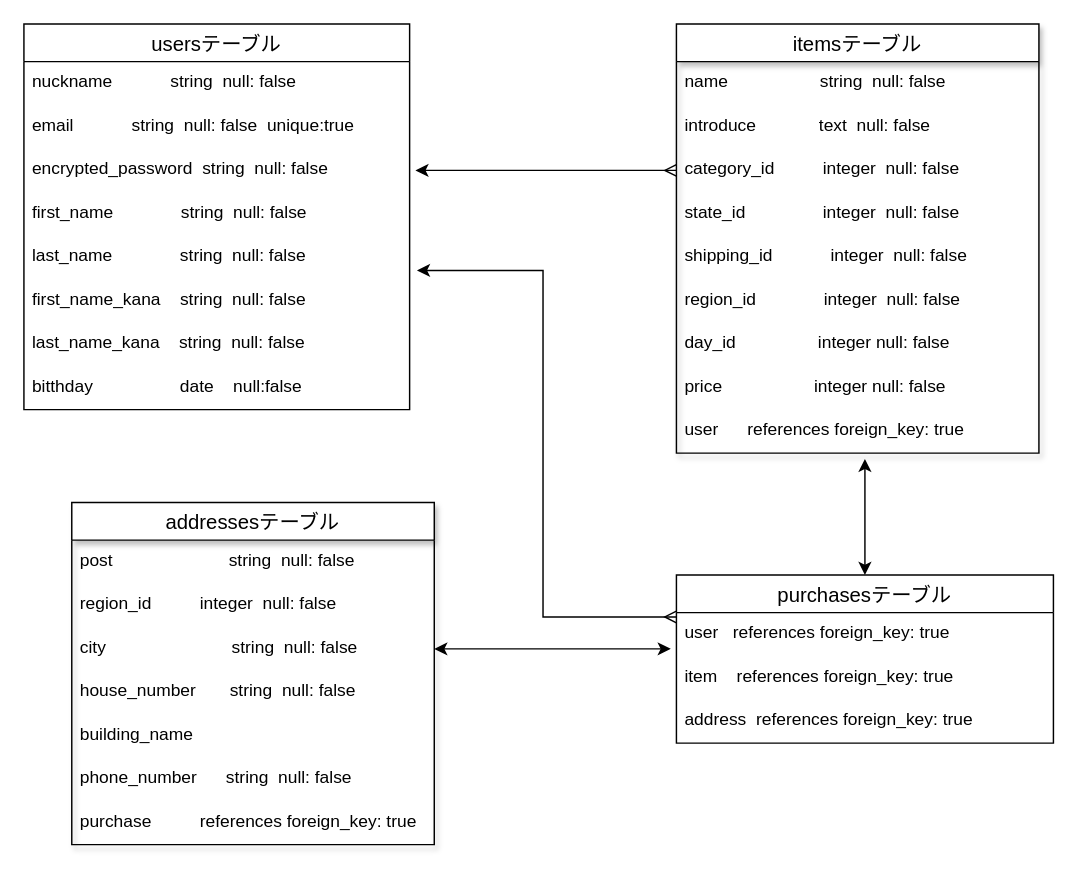
Earlier version of the draw.io diagram ER.dio (fpon/furima-34800). Source tidied: cells renumbered, new cells numbered last; positions are measured from the earlier drawing's top-left corner, leaving out a move shared by most shapes. Both pictures are drawn from the tidied source at 145%, with x=0, y=0 at pixel (23, 23).
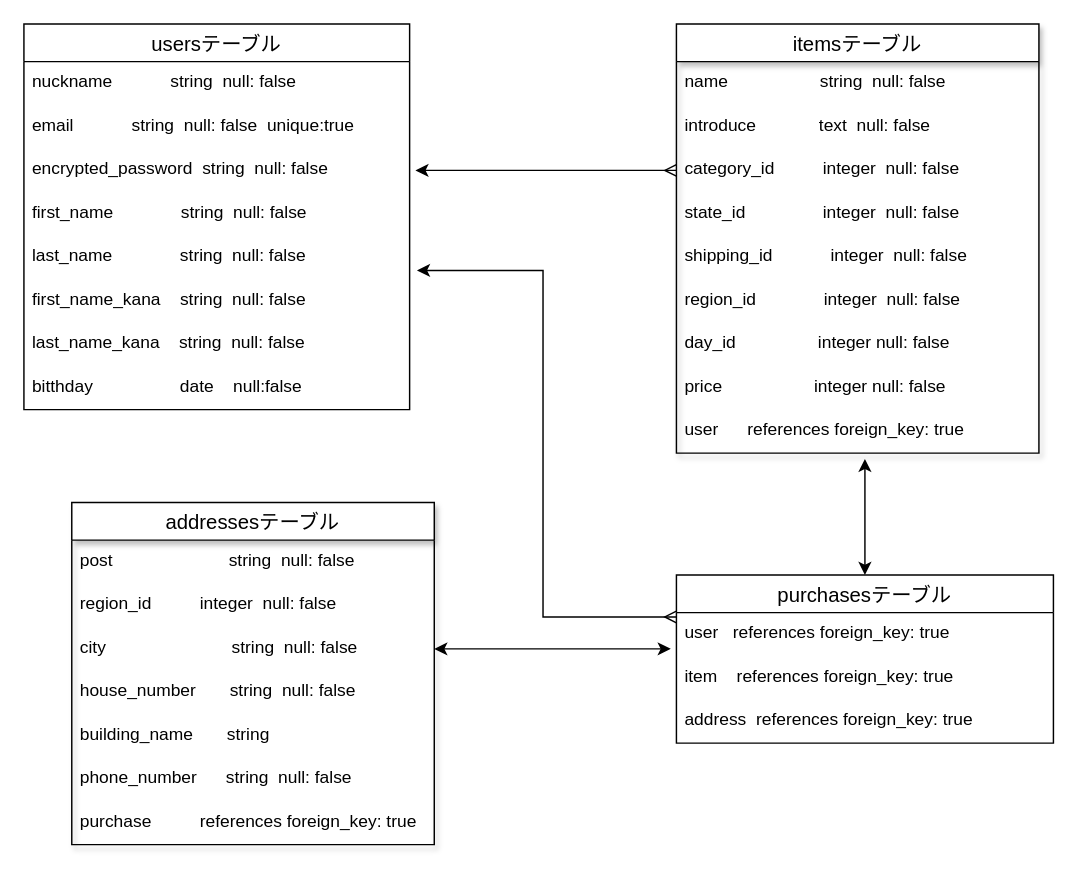
The same page after the edit.

Commit message (it also covers changes not shown here):
Basic認証を導入

Unchanged cells that the change refers to:
```xml
<mxCell id="21" value="addressesテーブル" style="swimlane;fontStyle=0;horizontal=1;startSize=26;align=center;fontSize=14;shadow=1;" parent="1" vertex="1">
  <mxGeometry x="33" y="330" width="250" height="236" as="geometry" />
</mxCell>
```

Change to the diagram source:
```diff
@@
-    <mxCell id="26" value="building_name" style="text;strokeColor=none;fillColor=none;spacingLeft=4;spacingRight=4;overflow=hidden;fontSize=12;" parent="21" vertex="1">
+    <mxCell id="26" value="building_name       string" style="text;strokeColor=none;fillColor=none;spacingLeft=4;spacingRight=4;overflow=hidden;fontSize=12;" parent="21" vertex="1">
       <mxGeometry y="146" width="250" height="30" as="geometry" />
     </mxCell>
```
